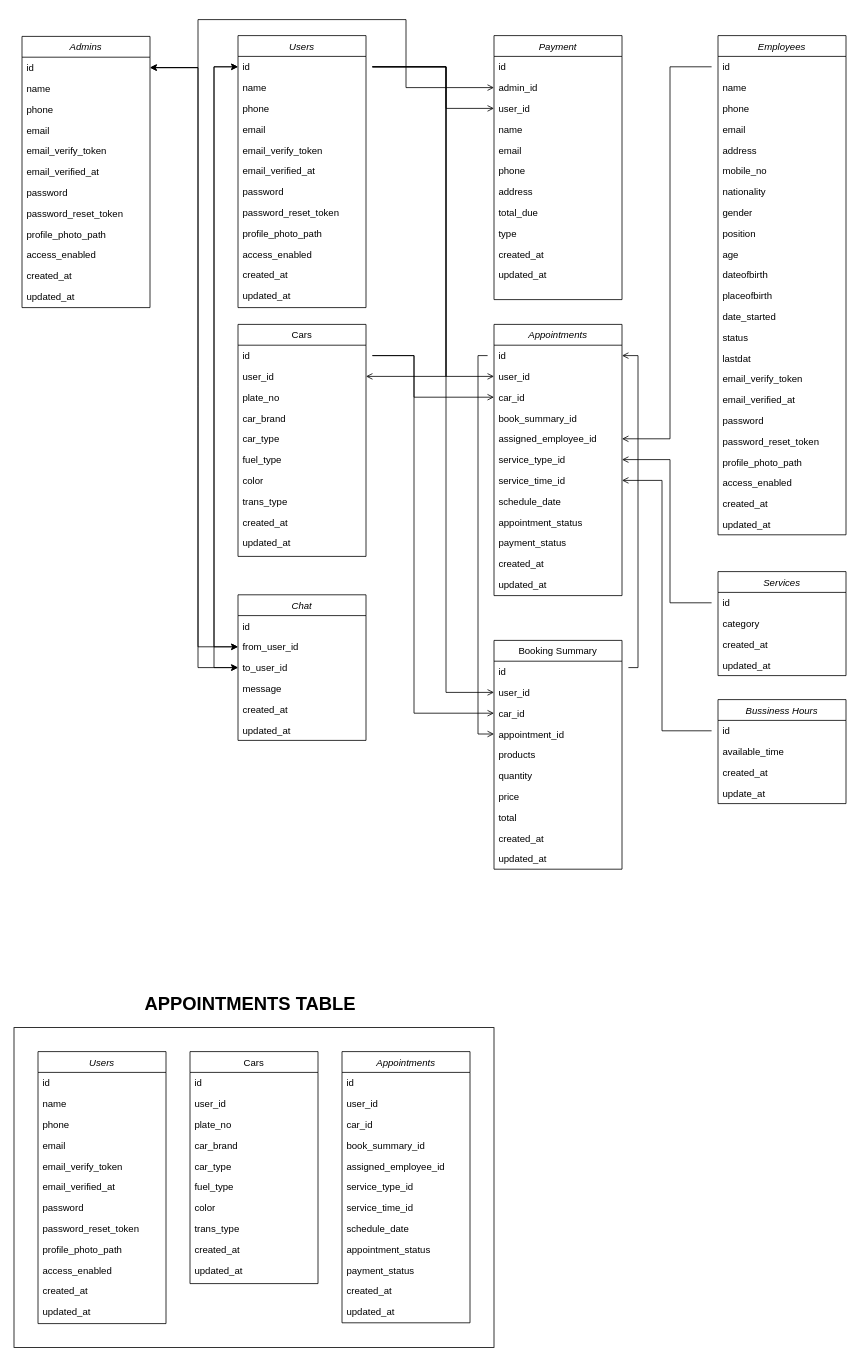
jaybayron9/Auto-Billing-Appointment keeps this draw.io diagram as plans/relationship.drawio. Above is the earlier version. Source tidied: cells renumbered, new cells numbered last; positions are measured from the earlier drawing's top-left corner, leaving out a move shared by most shapes. Both pictures are drawn from the tidied source at 80%, with x=0, y=0 at pixel (14, 19).
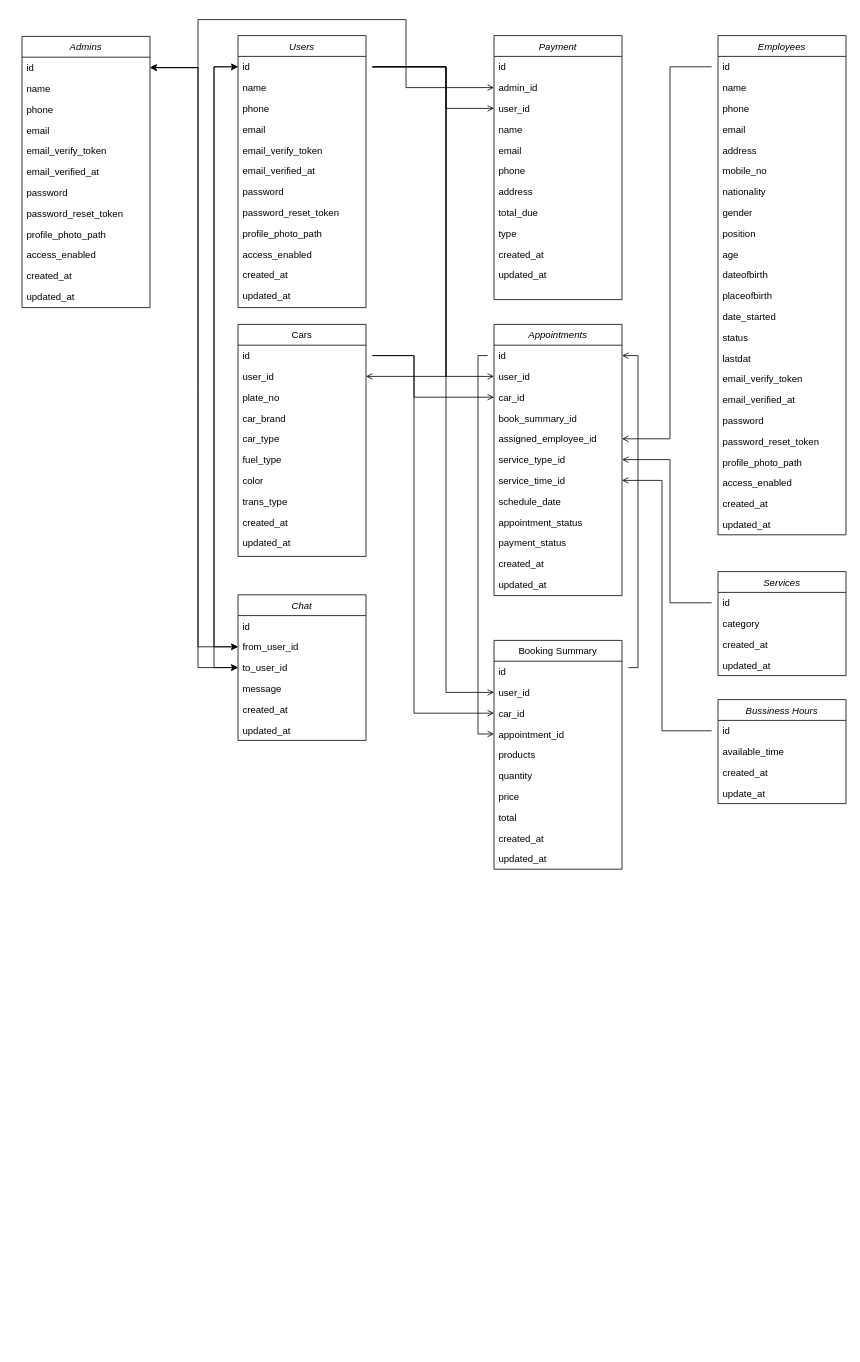
The same diagram, later.

Diff of the diagram source:
```diff
@@
-    <mxCell id="2" style="rounded=0;whiteSpace=wrap;html=1;fontSize=23;" parent="1" vertex="1">
-      <mxGeometry y="1260" width="600" height="400" as="geometry" />
-    </mxCell>
@@
-    <mxCell id="133" value="&lt;b&gt;&lt;font style=&quot;font-size: 23px;&quot;&gt;APPOINTMENTS TABLE&lt;/font&gt;&lt;/b&gt;" style="text;html=1;align=center;verticalAlign=middle;strokeColor=none;fillColor=none;fontSize=16;" parent="1" vertex="1">
-      <mxGeometry x="150" y="1210" width="290" height="40" as="geometry" />
-    </mxCell>
-    <mxCell id="134" value="Appointments" style="swimlane;fontStyle=2;align=center;verticalAlign=top;horizontal=1;startSize=26;rounded=0;shadow=0;strokeWidth=1;" parent="1" vertex="1">
-      <mxGeometry x="410" y="1290" width="160" height="339" as="geometry" />
-    </mxCell>
-    <mxCell id="135" value="id" style="text;align=left;verticalAlign=top;spacingLeft=4;spacingRight=4;overflow=hidden;" parent="134" vertex="1">
-      <mxGeometry y="26" width="160" height="26" as="geometry" />
-    </mxCell>
-    <mxCell id="136" value="user_id" style="text;align=left;verticalAlign=top;spacingLeft=4;spacingRight=4;overflow=hidden;rounded=0;shadow=0;html=0;" parent="134" vertex="1">
-      <mxGeometry y="52" width="160" height="26" as="geometry" />
-    </mxCell>
-    <mxCell id="137" value="car_id" style="text;align=left;verticalAlign=top;spacingLeft=4;spacingRight=4;overflow=hidden;rounded=0;shadow=0;html=0;" parent="134" vertex="1">
-      <mxGeometry y="78" width="160" height="26" as="geometry" />
-    </mxCell>
-    <mxCell id="138" value="book_summary_id" style="text;align=left;verticalAlign=top;spacingLeft=4;spacingRight=4;overflow=hidden;rounded=0;shadow=0;html=0;" parent="134" vertex="1">
-      <mxGeometry y="104" width="160" height="26" as="geometry" />
-    </mxCell>
-    <mxCell id="139" value="assigned_employee_id" style="text;align=left;verticalAlign=top;spacingLeft=4;spacingRight=4;overflow=hidden;rounded=0;shadow=0;html=0;" parent="134" vertex="1">
-      <mxGeometry y="130" width="160" height="26" as="geometry" />
-    </mxCell>
-    <mxCell id="140" value="service_type_id" style="text;align=left;verticalAlign=top;spacingLeft=4;spacingRight=4;overflow=hidden;rounded=0;shadow=0;html=0;" parent="134" vertex="1">
-      <mxGeometry y="156" width="160" height="26" as="geometry" />
-    </mxCell>
-    <mxCell id="141" value="service_time_id" style="text;align=left;verticalAlign=top;spacingLeft=4;spacingRight=4;overflow=hidden;rounded=0;shadow=0;html=0;" parent="134" vertex="1">
-      <mxGeometry y="182" width="160" height="26" as="geometry" />
-    </mxCell>
-    <mxCell id="142" value="schedule_date" style="text;align=left;verticalAlign=top;spacingLeft=4;spacingRight=4;overflow=hidden;rounded=0;shadow=0;html=0;" parent="134" vertex="1">
-      <mxGeometry y="208" width="160" height="26" as="geometry" />
-    </mxCell>
-    <mxCell id="143" value="appointment_status" style="text;align=left;verticalAlign=top;spacingLeft=4;spacingRight=4;overflow=hidden;rounded=0;shadow=0;html=0;" parent="134" vertex="1">
-      <mxGeometry y="234" width="160" height="26" as="geometry" />
-    </mxCell>
-    <mxCell id="144" value="payment_status" style="text;align=left;verticalAlign=top;spacingLeft=4;spacingRight=4;overflow=hidden;rounded=0;shadow=0;html=0;" parent="134" vertex="1">
-      <mxGeometry y="260" width="160" height="26" as="geometry" />
-    </mxCell>
-    <mxCell id="145" value="created_at" style="text;align=left;verticalAlign=top;spacingLeft=4;spacingRight=4;overflow=hidden;rounded=0;shadow=0;html=0;" parent="134" vertex="1">
-      <mxGeometry y="286" width="160" height="26" as="geometry" />
-    </mxCell>
-    <mxCell id="146" value="updated_at" style="text;align=left;verticalAlign=top;spacingLeft=4;spacingRight=4;overflow=hidden;rounded=0;shadow=0;html=0;" parent="134" vertex="1">
-      <mxGeometry y="312" width="160" height="26" as="geometry" />
-    </mxCell>
-    <mxCell id="147" value="Users" style="swimlane;fontStyle=2;align=center;verticalAlign=top;horizontal=1;startSize=26;rounded=0;shadow=0;strokeWidth=1;" parent="1" vertex="1">
-      <mxGeometry x="30" y="1290" width="160" height="340" as="geometry" />
-    </mxCell>
-    <mxCell id="148" value="id" style="text;align=left;verticalAlign=top;spacingLeft=4;spacingRight=4;overflow=hidden;" parent="147" vertex="1">
-      <mxGeometry y="26" width="160" height="26" as="geometry" />
-    </mxCell>
-    <mxCell id="149" value="name" style="text;align=left;verticalAlign=top;spacingLeft=4;spacingRight=4;overflow=hidden;rounded=0;shadow=0;html=0;" parent="147" vertex="1">
-      <mxGeometry y="52" width="160" height="26" as="geometry" />
-    </mxCell>
-    <mxCell id="150" value="phone" style="text;align=left;verticalAlign=top;spacingLeft=4;spacingRight=4;overflow=hidden;rounded=0;shadow=0;html=0;" parent="147" vertex="1">
-      <mxGeometry y="78" width="160" height="26" as="geometry" />
-    </mxCell>
-    <mxCell id="151" value="email" style="text;align=left;verticalAlign=top;spacingLeft=4;spacingRight=4;overflow=hidden;rounded=0;shadow=0;html=0;" parent="147" vertex="1">
-      <mxGeometry y="104" width="160" height="26" as="geometry" />
-    </mxCell>
-    <mxCell id="152" value="email_verify_token" style="text;align=left;verticalAlign=top;spacingLeft=4;spacingRight=4;overflow=hidden;rounded=0;shadow=0;html=0;" parent="147" vertex="1">
-      <mxGeometry y="130" width="160" height="26" as="geometry" />
-    </mxCell>
-    <mxCell id="153" value="email_verified_at" style="text;align=left;verticalAlign=top;spacingLeft=4;spacingRight=4;overflow=hidden;rounded=0;shadow=0;html=0;" parent="147" vertex="1">
-      <mxGeometry y="156" width="160" height="26" as="geometry" />
-    </mxCell>
-    <mxCell id="154" value="password" style="text;align=left;verticalAlign=top;spacingLeft=4;spacingRight=4;overflow=hidden;rounded=0;shadow=0;html=0;" parent="147" vertex="1">
-      <mxGeometry y="182" width="160" height="26" as="geometry" />
-    </mxCell>
-    <mxCell id="155" value="password_reset_token" style="text;align=left;verticalAlign=top;spacingLeft=4;spacingRight=4;overflow=hidden;rounded=0;shadow=0;html=0;" parent="147" vertex="1">
-      <mxGeometry y="208" width="160" height="26" as="geometry" />
-    </mxCell>
-    <mxCell id="156" value="profile_photo_path" style="text;align=left;verticalAlign=top;spacingLeft=4;spacingRight=4;overflow=hidden;rounded=0;shadow=0;html=0;" parent="147" vertex="1">
-      <mxGeometry y="234" width="160" height="26" as="geometry" />
-    </mxCell>
-    <mxCell id="157" value="access_enabled" style="text;align=left;verticalAlign=top;spacingLeft=4;spacingRight=4;overflow=hidden;rounded=0;shadow=0;html=0;" parent="147" vertex="1">
-      <mxGeometry y="260" width="160" height="26" as="geometry" />
-    </mxCell>
-    <mxCell id="158" value="created_at" style="text;align=left;verticalAlign=top;spacingLeft=4;spacingRight=4;overflow=hidden;rounded=0;shadow=0;html=0;" parent="147" vertex="1">
-      <mxGeometry y="286" width="160" height="26" as="geometry" />
-    </mxCell>
-    <mxCell id="159" value="updated_at" style="text;align=left;verticalAlign=top;spacingLeft=4;spacingRight=4;overflow=hidden;rounded=0;shadow=0;html=0;" parent="147" vertex="1">
-      <mxGeometry y="312" width="160" height="26" as="geometry" />
-    </mxCell>
-    <mxCell id="160" value="Cars" style="swimlane;fontStyle=0;align=center;verticalAlign=top;horizontal=1;startSize=26;rounded=0;shadow=0;strokeWidth=1;" parent="1" vertex="1">
-      <mxGeometry x="220" y="1290" width="160" height="290" as="geometry" />
-    </mxCell>
-    <mxCell id="161" value="id" style="text;align=left;verticalAlign=top;spacingLeft=4;spacingRight=4;overflow=hidden;" parent="160" vertex="1">
-      <mxGeometry y="26" width="160" height="26" as="geometry" />
-    </mxCell>
-    <mxCell id="162" value="user_id" style="text;align=left;verticalAlign=top;spacingLeft=4;spacingRight=4;overflow=hidden;" parent="160" vertex="1">
-      <mxGeometry y="52" width="160" height="26" as="geometry" />
-    </mxCell>
-    <mxCell id="163" value="plate_no    " style="text;align=left;verticalAlign=top;spacingLeft=4;spacingRight=4;overflow=hidden;" parent="160" vertex="1">
-      <mxGeometry y="78" width="160" height="26" as="geometry" />
-    </mxCell>
-    <mxCell id="164" value="car_brand" style="text;align=left;verticalAlign=top;spacingLeft=4;spacingRight=4;overflow=hidden;" parent="160" vertex="1">
-      <mxGeometry y="104" width="160" height="26" as="geometry" />
-    </mxCell>
-    <mxCell id="165" value="car_type" style="text;align=left;verticalAlign=top;spacingLeft=4;spacingRight=4;overflow=hidden;" parent="160" vertex="1">
-      <mxGeometry y="130" width="160" height="26" as="geometry" />
-    </mxCell>
-    <mxCell id="166" value="fuel_type" style="text;align=left;verticalAlign=top;spacingLeft=4;spacingRight=4;overflow=hidden;" parent="160" vertex="1">
-      <mxGeometry y="156" width="160" height="26" as="geometry" />
-    </mxCell>
-    <mxCell id="167" value="color" style="text;align=left;verticalAlign=top;spacingLeft=4;spacingRight=4;overflow=hidden;" parent="160" vertex="1">
-      <mxGeometry y="182" width="160" height="26" as="geometry" />
-    </mxCell>
-    <mxCell id="168" value="trans_type" style="text;align=left;verticalAlign=top;spacingLeft=4;spacingRight=4;overflow=hidden;" parent="160" vertex="1">
-      <mxGeometry y="208" width="160" height="26" as="geometry" />
-    </mxCell>
-    <mxCell id="169" value="created_at" style="text;align=left;verticalAlign=top;spacingLeft=4;spacingRight=4;overflow=hidden;" parent="160" vertex="1">
-      <mxGeometry y="234" width="160" height="26" as="geometry" />
-    </mxCell>
-    <mxCell id="170" value="updated_at" style="text;align=left;verticalAlign=top;spacingLeft=4;spacingRight=4;overflow=hidden;" parent="160" vertex="1">
-      <mxGeometry y="260" width="160" height="26" as="geometry" />
-    </mxCell>
```
